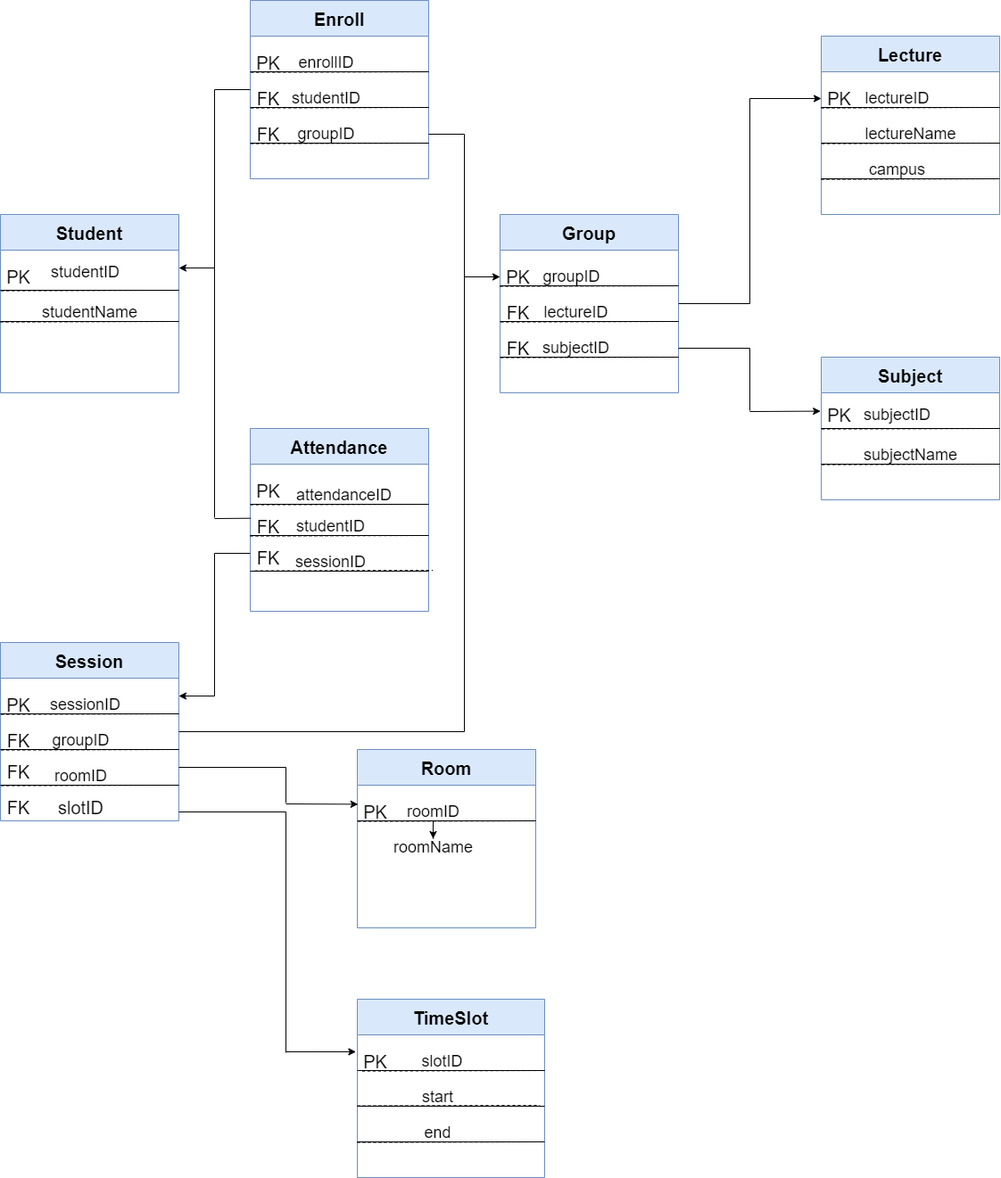
Before: document/DBI.drawio.png, a diagram exported from draw.io (dungdt23/PRJ301_MyAssignment). Source tidied: cells renumbered, new cells last; positions are measured from the earlier drawing's top-left corner, leaving out a move shared by most shapes.
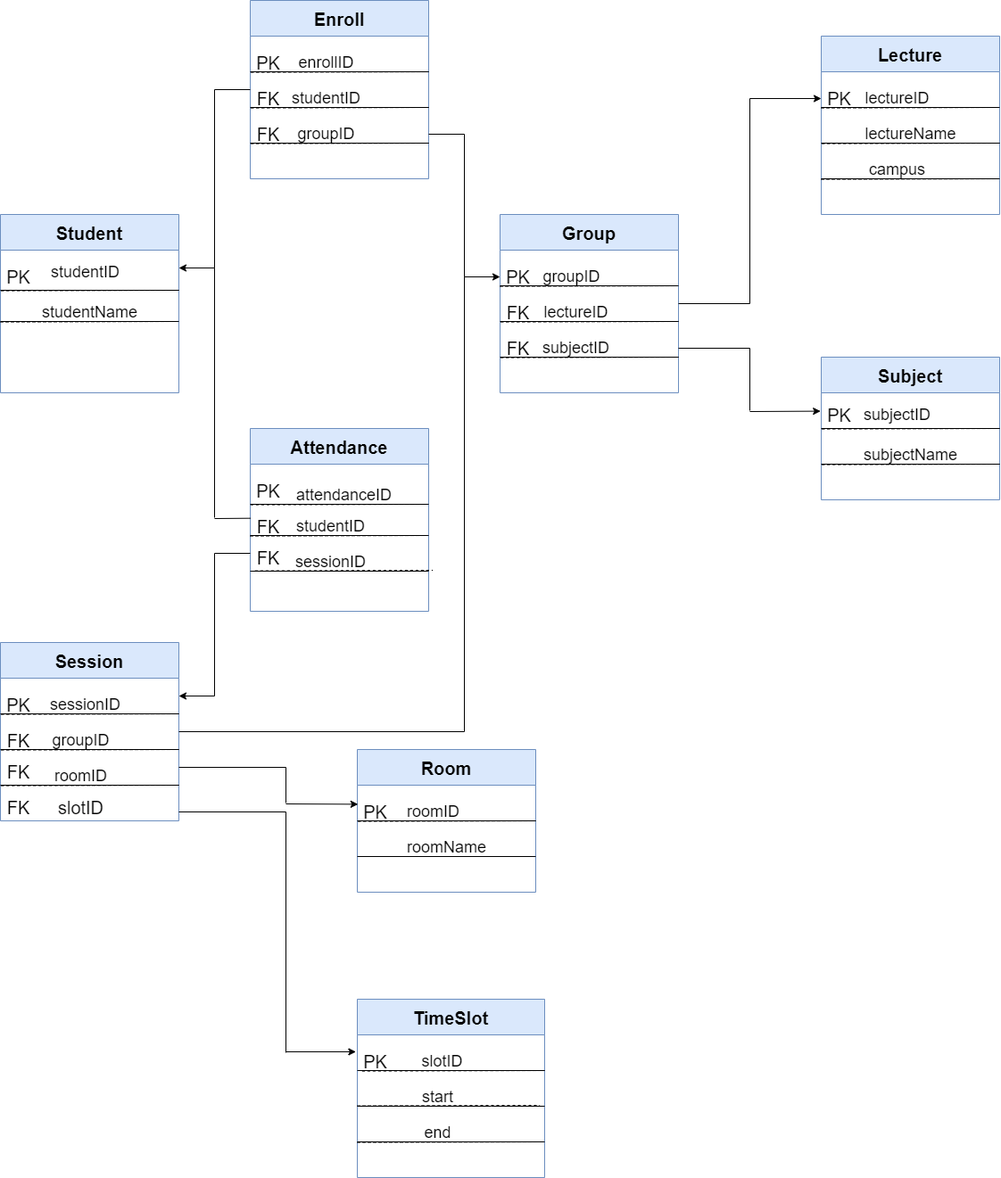
Later version of the same file.

The edit, as a diff of the source:
```diff
@@ -297,11 +297,8 @@
       </mxGeometry>
     </mxCell>
     <mxCell id="66" value="Room" style="swimlane;startSize=40;fontSize=20;fillColor=#dae8fc;strokeColor=#6c8ebf;" parent="1" vertex="1">
-      <mxGeometry x="400" y="840" width="200" height="200" as="geometry" />
+      <mxGeometry x="400" y="840" width="200" height="160" as="geometry" />
     </mxCell>
-    <mxCell id="67" style="edgeStyle=orthogonalEdgeStyle;rounded=0;jettySize=auto;html=1;" parent="66" edge="1" source="68" target="72">
-      <mxGeometry relative="1" as="geometry" />
-    </mxCell>
     <mxCell id="68" value="&lt;font style=&quot;font-size: 18px;&quot;&gt;roomID&lt;/font&gt;" style="text;html=1;align=center;verticalAlign=middle;points=[];strokeColor=none;fillColor=none;" parent="66" vertex="1">
       <mxGeometry x="50" y="60" width="70" height="20" as="geometry" />
     </mxCell>
@@ -321,8 +318,14 @@
       </mxGeometry>
     </mxCell>
     <mxCell id="72" value="&lt;font style=&quot;font-size: 18px;&quot;&gt;roomName&lt;/font&gt;" style="text;html=1;align=center;verticalAlign=middle;points=[];strokeColor=none;fillColor=none;" parent="66" vertex="1">
-      <mxGeometry x="35" y="100" width="100" height="20" as="geometry" />
+      <mxGeometry x="50" y="100" width="100" height="20" as="geometry" />
     </mxCell>
+    <mxCell id="128" style="endArrow=none;html=1;rounded=0;" parent="66" edge="1">
+      <mxGeometry relative="1" as="geometry">
+        <mxPoint y="120" as="sourcePoint" />
+        <mxPoint x="200" y="120" as="targetPoint" />
+      </mxGeometry>
+    </mxCell>
     <mxCell id="73" value="TimeSlot" style="swimlane;startSize=40;fontSize=20;fillColor=#dae8fc;strokeColor=#6c8ebf;" parent="1" vertex="1">
       <mxGeometry x="400" y="1120" width="210" height="200" as="geometry" />
     </mxCell>
```
